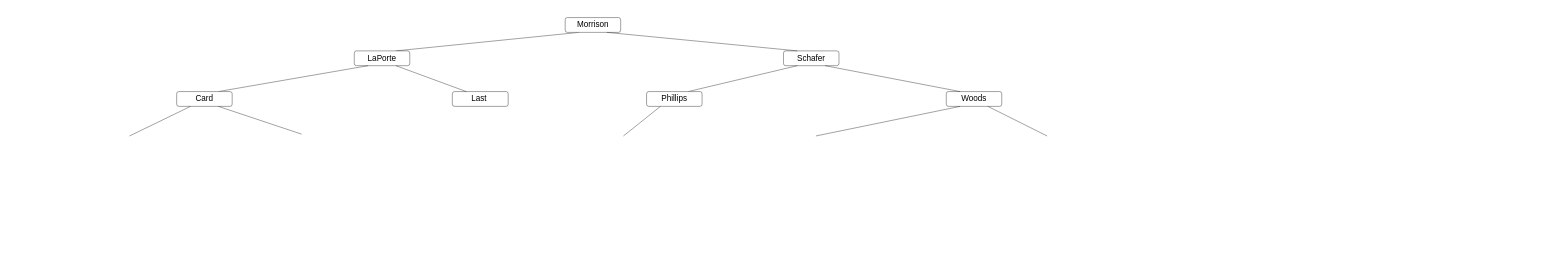
Earlier version of the draw.io diagram page "AVL Insertion" (3 of 3) of Untitled Diagram.drawio (HAZberi/tree-diagrams). Source tidied: cells renumbered, new cells numbered last; positions are measured from the earlier drawing's top-left corner, leaving out a move shared by most shapes. Both pictures are drawn from the tidied source at 37%, with x=0, y=0 at pixel (129, 17).
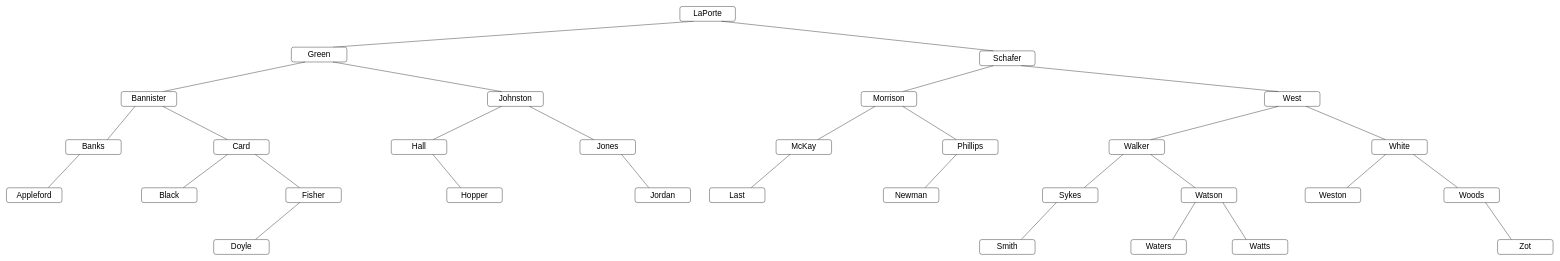
The same diagram, later.

Commit message:
AVL Insertion Complete

Change to the diagram source:
```diff
@@
-    <mxCell id="3" value="&lt;span style=&quot;font-size: 22px;&quot;&gt;Morrison&lt;/span&gt;" style="rounded=1;whiteSpace=wrap;html=1;" parent="1" vertex="1">
-      <mxGeometry x="1178" width="150" height="40" as="geometry" />
+    <mxCell id="3" value="&lt;span style=&quot;font-size: 22px;&quot;&gt;LaPorte&lt;/span&gt;" style="rounded=1;whiteSpace=wrap;html=1;" parent="1" vertex="1">
+      <mxGeometry x="1488" y="-30" width="150" height="40" as="geometry" />
     </mxCell>
     <mxCell id="4" value="&lt;font style=&quot;font-size: 22px;&quot;&gt;Schafer&lt;/font&gt;" style="rounded=1;whiteSpace=wrap;html=1;" parent="1" vertex="1">
-      <mxGeometry x="1768" y="90" width="150" height="40" as="geometry" />
+      <mxGeometry x="2298" y="90" width="150" height="40" as="geometry" />
     </mxCell>
-    <mxCell id="5" value="&lt;font style=&quot;font-size: 22px;&quot;&gt;LaPorte&lt;/font&gt;" style="rounded=1;whiteSpace=wrap;html=1;" parent="1" vertex="1">
-      <mxGeometry x="608" y="90" width="150" height="40" as="geometry" />
+    <mxCell id="5" value="&lt;font style=&quot;font-size: 22px;&quot;&gt;Green&lt;/font&gt;" style="rounded=1;whiteSpace=wrap;html=1;" parent="1" vertex="1">
+      <mxGeometry x="438" y="80" width="150" height="40" as="geometry" />
     </mxCell>
@@
-    <mxCell id="8" value="&lt;font style=&quot;font-size: 22px;&quot;&gt;Last&amp;nbsp;&lt;/font&gt;" style="rounded=1;whiteSpace=wrap;html=1;" parent="1" vertex="1">
-      <mxGeometry x="873" y="200" width="151" height="40" as="geometry" />
+    <mxCell id="8" value="&lt;font style=&quot;font-size: 22px;&quot;&gt;Johnston&lt;/font&gt;" style="rounded=1;whiteSpace=wrap;html=1;" parent="1" vertex="1">
+      <mxGeometry x="968" y="200" width="151" height="40" as="geometry" />
     </mxCell>
-    <mxCell id="9" value="&lt;span style=&quot;font-size: 22px;&quot;&gt;Card&lt;/span&gt;" style="rounded=1;whiteSpace=wrap;html=1;" parent="1" vertex="1">
-      <mxGeometry x="128" y="200" width="150" height="40" as="geometry" />
+    <mxCell id="9" value="&lt;span style=&quot;font-size: 22px;&quot;&gt;Bannister&lt;/span&gt;" style="rounded=1;whiteSpace=wrap;html=1;" parent="1" vertex="1">
+      <mxGeometry x="-22" y="200" width="150" height="40" as="geometry" />
     </mxCell>
@@
-    <mxCell id="12" value="&lt;span style=&quot;font-size: 22px;&quot;&gt;Woods&lt;/span&gt;" style="rounded=1;whiteSpace=wrap;html=1;" parent="1" vertex="1">
-      <mxGeometry x="2208" y="200" width="150" height="40" as="geometry" />
+    <mxCell id="12" value="&lt;span style=&quot;font-size: 22px;&quot;&gt;West&lt;/span&gt;" style="rounded=1;whiteSpace=wrap;html=1;" parent="1" vertex="1">
+      <mxGeometry x="3068" y="200" width="150" height="40" as="geometry" />
     </mxCell>
-    <mxCell id="13" value="&lt;font style=&quot;font-size: 22px;&quot;&gt;Phillips&lt;/font&gt;" style="rounded=1;whiteSpace=wrap;html=1;" parent="1" vertex="1">
-      <mxGeometry x="1398" y="200" width="150" height="40" as="geometry" />
+    <mxCell id="13" value="&lt;font style=&quot;font-size: 22px;&quot;&gt;Morrison&lt;/font&gt;" style="rounded=1;whiteSpace=wrap;html=1;" parent="1" vertex="1">
+      <mxGeometry x="1978" y="200" width="150" height="40" as="geometry" />
     </mxCell>
@@
-    <mxCell id="15" style="rounded=0;jettySize=auto;html=1;exitX=0.25;exitY=1;exitDx=0;exitDy=0;entryX=0.75;entryY=0;entryDx=0;entryDy=0;fontFamily=Helvetica;fontSize=22;endArrow=none;endFill=0;" parent="1" edge="1" source="9">
-      <mxGeometry relative="1" as="geometry">
-        <mxPoint x="0.5" y="320" as="targetPoint" />
-      </mxGeometry>
+    <mxCell id="15" style="rounded=0;jettySize=auto;html=1;exitX=0.25;exitY=1;exitDx=0;exitDy=0;entryX=0.75;entryY=0;entryDx=0;entryDy=0;fontFamily=Helvetica;fontSize=22;endArrow=none;endFill=0;" parent="1" edge="1" source="9" target="21">
+      <mxGeometry relative="1" as="geometry" />
     </mxCell>
-    <mxCell id="16" style="rounded=0;jettySize=auto;html=1;exitX=0.75;exitY=1;exitDx=0;exitDy=0;entryX=0.25;entryY=0;entryDx=0;entryDy=0;fontFamily=Helvetica;fontSize=22;endArrow=none;endFill=0;" parent="1" edge="1" source="9">
-      <mxGeometry relative="1" as="geometry">
-        <mxPoint x="465.5" y="315" as="targetPoint" />
-      </mxGeometry>
+    <mxCell id="16" style="rounded=0;jettySize=auto;html=1;exitX=0.75;exitY=1;exitDx=0;exitDy=0;entryX=0.25;entryY=0;entryDx=0;entryDy=0;fontFamily=Helvetica;fontSize=22;endArrow=none;endFill=0;" parent="1" edge="1" source="9" target="20">
+      <mxGeometry relative="1" as="geometry" />
     </mxCell>
-    <mxCell id="17" style="rounded=0;jettySize=auto;html=1;entryX=0.75;entryY=0;entryDx=0;entryDy=0;fontFamily=Helvetica;fontSize=22;endArrow=none;endFill=0;exitX=0.25;exitY=1;exitDx=0;exitDy=0;" parent="1" edge="1" source="13">
-      <mxGeometry relative="1" as="geometry">
-        <mxPoint x="1335.5" y="320" as="targetPoint" />
-      </mxGeometry>
-    </mxCell>
-    <mxCell id="18" style="rounded=0;jettySize=auto;html=1;exitX=0.25;exitY=1;exitDx=0;exitDy=0;entryX=0.75;entryY=0;entryDx=0;entryDy=0;fontFamily=Helvetica;fontSize=22;endArrow=none;endFill=0;" parent="1" edge="1" source="12">
-      <mxGeometry relative="1" as="geometry">
-        <mxPoint x="1855.5" y="320" as="targetPoint" />
-      </mxGeometry>
-    </mxCell>
-    <mxCell id="19" style="rounded=0;jettySize=auto;html=1;exitX=0.75;exitY=1;exitDx=0;exitDy=0;entryX=0.25;entryY=0;entryDx=0;entryDy=0;fontFamily=Helvetica;fontSize=22;endArrow=none;endFill=0;" parent="1" edge="1" source="12">
-      <mxGeometry relative="1" as="geometry">
-        <mxPoint x="2480.5" y="320" as="targetPoint" />
-      </mxGeometry>
-    </mxCell>
+    <mxCell id="20" value="&lt;span style=&quot;font-size: 22px;&quot;&gt;Card&lt;/span&gt;" style="rounded=1;whiteSpace=wrap;html=1;" parent="1" vertex="1">
+      <mxGeometry x="228" y="330" width="150" height="40" as="geometry" />
+    </mxCell>
+    <mxCell id="21" value="&lt;span style=&quot;font-size: 22px;&quot;&gt;Banks&lt;/span&gt;" style="rounded=1;whiteSpace=wrap;html=1;" parent="1" vertex="1">
+      <mxGeometry x="-172" y="330" width="150" height="40" as="geometry" />
+    </mxCell>
+    <mxCell id="22" style="rounded=0;jettySize=auto;html=1;exitX=0.25;exitY=1;exitDx=0;exitDy=0;entryX=0.75;entryY=0;entryDx=0;entryDy=0;fontFamily=Helvetica;fontSize=22;endArrow=none;endFill=0;" parent="1" edge="1" source="8" target="25">
+      <mxGeometry relative="1" as="geometry" />
+    </mxCell>
+    <mxCell id="23" style="rounded=0;jettySize=auto;html=1;exitX=0.75;exitY=1;exitDx=0;exitDy=0;entryX=0.25;entryY=0;entryDx=0;entryDy=0;fontFamily=Helvetica;fontSize=22;endArrow=none;endFill=0;" parent="1" edge="1" source="8" target="24">
+      <mxGeometry relative="1" as="geometry" />
+    </mxCell>
+    <mxCell id="24" value="&lt;span style=&quot;font-size: 22px;&quot;&gt;Jones&lt;/span&gt;" style="rounded=1;whiteSpace=wrap;html=1;" parent="1" vertex="1">
+      <mxGeometry x="1218" y="330" width="150" height="40" as="geometry" />
+    </mxCell>
+    <mxCell id="25" value="&lt;span style=&quot;font-size: 22px;&quot;&gt;Hall&lt;/span&gt;" style="rounded=1;whiteSpace=wrap;html=1;" parent="1" vertex="1">
+      <mxGeometry x="708" y="330" width="150" height="40" as="geometry" />
+    </mxCell>
+    <mxCell id="26" style="rounded=0;jettySize=auto;html=1;exitX=0.25;exitY=1;exitDx=0;exitDy=0;entryX=0.75;entryY=0;entryDx=0;entryDy=0;fontFamily=Helvetica;fontSize=22;endArrow=none;endFill=0;" parent="1" edge="1" source="13" target="29">
+      <mxGeometry relative="1" as="geometry" />
+    </mxCell>
+    <mxCell id="27" style="rounded=0;jettySize=auto;html=1;exitX=0.75;exitY=1;exitDx=0;exitDy=0;entryX=0.25;entryY=0;entryDx=0;entryDy=0;fontFamily=Helvetica;fontSize=22;endArrow=none;endFill=0;" parent="1" edge="1" source="13" target="28">
+      <mxGeometry relative="1" as="geometry" />
+    </mxCell>
+    <mxCell id="28" value="&lt;span style=&quot;font-size: 22px;&quot;&gt;Phillips&lt;/span&gt;" style="rounded=1;whiteSpace=wrap;html=1;" parent="1" vertex="1">
+      <mxGeometry x="2198" y="330" width="150" height="40" as="geometry" />
+    </mxCell>
+    <mxCell id="29" value="&lt;span style=&quot;font-size: 22px;&quot;&gt;McKay&lt;/span&gt;" style="rounded=1;whiteSpace=wrap;html=1;" parent="1" vertex="1">
+      <mxGeometry x="1748" y="330" width="150" height="40" as="geometry" />
+    </mxCell>
+    <mxCell id="30" style="rounded=0;jettySize=auto;html=1;exitX=0.25;exitY=1;exitDx=0;exitDy=0;entryX=0.75;entryY=0;entryDx=0;entryDy=0;fontFamily=Helvetica;fontSize=22;endArrow=none;endFill=0;" parent="1" edge="1" source="12" target="33">
+      <mxGeometry relative="1" as="geometry" />
+    </mxCell>
+    <mxCell id="31" style="rounded=0;jettySize=auto;html=1;exitX=0.75;exitY=1;exitDx=0;exitDy=0;entryX=0.25;entryY=0;entryDx=0;entryDy=0;fontFamily=Helvetica;fontSize=22;endArrow=none;endFill=0;" parent="1" edge="1" source="12" target="32">
+      <mxGeometry relative="1" as="geometry" />
+    </mxCell>
+    <mxCell id="32" value="&lt;span style=&quot;font-size: 22px;&quot;&gt;White&lt;/span&gt;" style="rounded=1;whiteSpace=wrap;html=1;" parent="1" vertex="1">
+      <mxGeometry x="3358" y="330" width="150" height="40" as="geometry" />
+    </mxCell>
+    <mxCell id="33" value="&lt;span style=&quot;font-size: 22px;&quot;&gt;Walker&lt;/span&gt;" style="rounded=1;whiteSpace=wrap;html=1;" parent="1" vertex="1">
+      <mxGeometry x="2648" y="330" width="150" height="40" as="geometry" />
+    </mxCell>
+    <mxCell id="34" style="rounded=0;jettySize=auto;html=1;entryX=0.75;entryY=0;entryDx=0;entryDy=0;fontFamily=Helvetica;fontSize=22;endArrow=none;endFill=0;exitX=0.25;exitY=1;exitDx=0;exitDy=0;" parent="1" edge="1" source="21" target="35">
+      <mxGeometry relative="1" as="geometry" />
+    </mxCell>
+    <mxCell id="35" value="&lt;span style=&quot;font-size: 22px;&quot;&gt;Appleford&lt;/span&gt;" style="rounded=1;whiteSpace=wrap;html=1;" parent="1" vertex="1">
+      <mxGeometry x="-332" y="460" width="150" height="40" as="geometry" />
+    </mxCell>
+    <mxCell id="36" style="rounded=0;jettySize=auto;html=1;exitX=0.25;exitY=1;exitDx=0;exitDy=0;entryX=0.75;entryY=0;entryDx=0;entryDy=0;fontFamily=Helvetica;fontSize=22;endArrow=none;endFill=0;" parent="1" edge="1" source="20" target="39">
+      <mxGeometry relative="1" as="geometry" />
+    </mxCell>
+    <mxCell id="37" style="rounded=0;jettySize=auto;html=1;exitX=0.75;exitY=1;exitDx=0;exitDy=0;entryX=0.25;entryY=0;entryDx=0;entryDy=0;fontFamily=Helvetica;fontSize=22;endArrow=none;endFill=0;" parent="1" edge="1" source="20" target="38">
+      <mxGeometry relative="1" as="geometry" />
+    </mxCell>
+    <mxCell id="38" value="&lt;span style=&quot;font-size: 22px;&quot;&gt;Fisher&lt;/span&gt;" style="rounded=1;whiteSpace=wrap;html=1;" parent="1" vertex="1">
+      <mxGeometry x="423" y="460" width="150" height="40" as="geometry" />
+    </mxCell>
+    <mxCell id="39" value="&lt;span style=&quot;font-size: 22px;&quot;&gt;Black&lt;/span&gt;" style="rounded=1;whiteSpace=wrap;html=1;" parent="1" vertex="1">
+      <mxGeometry x="33" y="460" width="150" height="40" as="geometry" />
+    </mxCell>
+    <mxCell id="40" style="rounded=0;jettySize=auto;html=1;exitX=0.75;exitY=1;exitDx=0;exitDy=0;entryX=0.25;entryY=0;entryDx=0;entryDy=0;fontFamily=Helvetica;fontSize=22;endArrow=none;endFill=0;" parent="1" edge="1" source="25" target="41">
+      <mxGeometry relative="1" as="geometry" />
+    </mxCell>
+    <mxCell id="41" value="&lt;span style=&quot;font-size: 22px;&quot;&gt;Hopper&lt;/span&gt;" style="rounded=1;whiteSpace=wrap;html=1;" parent="1" vertex="1">
+      <mxGeometry x="858" y="460" width="150" height="40" as="geometry" />
+    </mxCell>
+    <mxCell id="42" style="rounded=0;jettySize=auto;html=1;exitX=0.75;exitY=1;exitDx=0;exitDy=0;entryX=0.25;entryY=0;entryDx=0;entryDy=0;fontFamily=Helvetica;fontSize=22;endArrow=none;endFill=0;" parent="1" edge="1" source="24" target="43">
+      <mxGeometry relative="1" as="geometry" />
+    </mxCell>
+    <mxCell id="43" value="&lt;span style=&quot;font-size: 22px;&quot;&gt;Jordan&lt;/span&gt;" style="rounded=1;whiteSpace=wrap;html=1;" parent="1" vertex="1">
+      <mxGeometry x="1366.8" y="460" width="150" height="40" as="geometry" />
+    </mxCell>
+    <mxCell id="44" style="rounded=0;jettySize=auto;html=1;exitX=0.25;exitY=1;exitDx=0;exitDy=0;entryX=0.75;entryY=0;entryDx=0;entryDy=0;fontFamily=Helvetica;fontSize=22;endArrow=none;endFill=0;" parent="1" edge="1" source="29" target="45">
+      <mxGeometry relative="1" as="geometry" />
+    </mxCell>
+    <mxCell id="45" value="&lt;span style=&quot;font-size: 22px;&quot;&gt;Last&lt;/span&gt;" style="rounded=1;whiteSpace=wrap;html=1;" parent="1" vertex="1">
+      <mxGeometry x="1568" y="460" width="150" height="40" as="geometry" />
+    </mxCell>
+    <mxCell id="46" style="rounded=0;jettySize=auto;html=1;exitX=0.25;exitY=1;exitDx=0;exitDy=0;entryX=0.75;entryY=0;entryDx=0;entryDy=0;fontFamily=Helvetica;fontSize=22;endArrow=none;endFill=0;" parent="1" edge="1" source="28" target="47">
+      <mxGeometry relative="1" as="geometry" />
+    </mxCell>
+    <mxCell id="47" value="&lt;span style=&quot;font-size: 22px;&quot;&gt;Newman&lt;/span&gt;" style="rounded=1;whiteSpace=wrap;html=1;" parent="1" vertex="1">
+      <mxGeometry x="2038" y="460" width="150" height="40" as="geometry" />
+    </mxCell>
+    <mxCell id="48" style="rounded=0;jettySize=auto;html=1;entryX=0.75;entryY=0;entryDx=0;entryDy=0;fontFamily=Helvetica;fontSize=22;endArrow=none;endFill=0;exitX=0.25;exitY=1;exitDx=0;exitDy=0;" parent="1" edge="1" source="33" target="51">
+      <mxGeometry relative="1" as="geometry" />
+    </mxCell>
+    <mxCell id="49" style="rounded=0;jettySize=auto;html=1;entryX=0.25;entryY=0;entryDx=0;entryDy=0;fontFamily=Helvetica;fontSize=22;endArrow=none;endFill=0;exitX=0.75;exitY=1;exitDx=0;exitDy=0;" parent="1" edge="1" source="33" target="50">
+      <mxGeometry relative="1" as="geometry" />
+    </mxCell>
+    <mxCell id="50" value="&lt;span style=&quot;font-size: 22px;&quot;&gt;Watson&lt;/span&gt;" style="rounded=1;whiteSpace=wrap;html=1;" parent="1" vertex="1">
+      <mxGeometry x="2843" y="460" width="150" height="40" as="geometry" />
+    </mxCell>
+    <mxCell id="51" value="&lt;span style=&quot;font-size: 22px;&quot;&gt;Sykes&lt;/span&gt;" style="rounded=1;whiteSpace=wrap;html=1;" parent="1" vertex="1">
+      <mxGeometry x="2468" y="460" width="150" height="40" as="geometry" />
+    </mxCell>
+    <mxCell id="52" style="rounded=0;jettySize=auto;html=1;entryX=0.75;entryY=0;entryDx=0;entryDy=0;fontFamily=Helvetica;fontSize=22;endArrow=none;endFill=0;exitX=0.25;exitY=1;exitDx=0;exitDy=0;" parent="1" edge="1" source="32" target="55">
+      <mxGeometry relative="1" as="geometry" />
+    </mxCell>
+    <mxCell id="53" style="rounded=0;jettySize=auto;html=1;entryX=0.25;entryY=0;entryDx=0;entryDy=0;fontFamily=Helvetica;fontSize=22;endArrow=none;endFill=0;exitX=0.75;exitY=1;exitDx=0;exitDy=0;" parent="1" edge="1" source="32" target="54">
+      <mxGeometry relative="1" as="geometry" />
+    </mxCell>
+    <mxCell id="54" value="&lt;span style=&quot;font-size: 22px;&quot;&gt;Woods&lt;/span&gt;" style="rounded=1;whiteSpace=wrap;html=1;" parent="1" vertex="1">
+      <mxGeometry x="3553" y="460" width="150" height="40" as="geometry" />
+    </mxCell>
+    <mxCell id="55" value="&lt;span style=&quot;font-size: 22px;&quot;&gt;Weston&lt;/span&gt;" style="rounded=1;whiteSpace=wrap;html=1;" parent="1" vertex="1">
+      <mxGeometry x="3178" y="460" width="150" height="40" as="geometry" />
+    </mxCell>
+    <mxCell id="56" style="rounded=0;jettySize=auto;html=1;exitX=0.25;exitY=1;exitDx=0;exitDy=0;entryX=0.75;entryY=0;entryDx=0;entryDy=0;fontFamily=Helvetica;fontSize=22;endArrow=none;endFill=0;" parent="1" edge="1" source="38" target="57">
+      <mxGeometry relative="1" as="geometry" />
+    </mxCell>
+    <mxCell id="57" value="&lt;span style=&quot;font-size: 22px;&quot;&gt;Doyle&lt;/span&gt;" style="rounded=1;whiteSpace=wrap;html=1;" parent="1" vertex="1">
+      <mxGeometry x="228" y="600" width="150" height="40" as="geometry" />
+    </mxCell>
+    <mxCell id="58" style="rounded=0;jettySize=auto;html=1;entryX=0.75;entryY=0;entryDx=0;entryDy=0;fontFamily=Helvetica;fontSize=22;endArrow=none;endFill=0;exitX=0.25;exitY=1;exitDx=0;exitDy=0;" parent="1" edge="1" source="51" target="59">
+      <mxGeometry relative="1" as="geometry" />
+    </mxCell>
+    <mxCell id="59" value="&lt;span style=&quot;font-size: 22px;&quot;&gt;Smith&lt;/span&gt;" style="rounded=1;whiteSpace=wrap;html=1;" parent="1" vertex="1">
+      <mxGeometry x="2298" y="600" width="150" height="40" as="geometry" />
+    </mxCell>
+    <mxCell id="60" style="rounded=0;jettySize=auto;html=1;entryX=0.75;entryY=0;entryDx=0;entryDy=0;fontFamily=Helvetica;fontSize=22;endArrow=none;endFill=0;exitX=0.25;exitY=1;exitDx=0;exitDy=0;" parent="1" edge="1" source="50" target="63">
+      <mxGeometry relative="1" as="geometry" />
+    </mxCell>
+    <mxCell id="61" style="rounded=0;jettySize=auto;html=1;entryX=0.25;entryY=0;entryDx=0;entryDy=0;fontFamily=Helvetica;fontSize=22;endArrow=none;endFill=0;exitX=0.75;exitY=1;exitDx=0;exitDy=0;" parent="1" edge="1" source="50" target="62">
+      <mxGeometry relative="1" as="geometry" />
+    </mxCell>
+    <mxCell id="62" value="&lt;span style=&quot;font-size: 22px;&quot;&gt;Watts&lt;/span&gt;" style="rounded=1;whiteSpace=wrap;html=1;" parent="1" vertex="1">
+      <mxGeometry x="2981" y="600" width="150" height="40" as="geometry" />
+    </mxCell>
+    <mxCell id="63" value="&lt;span style=&quot;font-size: 22px;&quot;&gt;Waters&lt;/span&gt;" style="rounded=1;whiteSpace=wrap;html=1;" parent="1" vertex="1">
+      <mxGeometry x="2707" y="600" width="150" height="40" as="geometry" />
+    </mxCell>
+    <mxCell id="64" style="rounded=0;jettySize=auto;html=1;entryX=0.25;entryY=0;entryDx=0;entryDy=0;fontFamily=Helvetica;fontSize=22;endArrow=none;endFill=0;exitX=0.75;exitY=1;exitDx=0;exitDy=0;" parent="1" edge="1" source="54" target="65">
+      <mxGeometry relative="1" as="geometry" />
+    </mxCell>
+    <mxCell id="65" value="&lt;span style=&quot;font-size: 22px;&quot;&gt;Zot&lt;/span&gt;" style="rounded=1;whiteSpace=wrap;html=1;" parent="1" vertex="1">
+      <mxGeometry x="3698" y="600" width="150" height="40" as="geometry" />
+    </mxCell>
```
